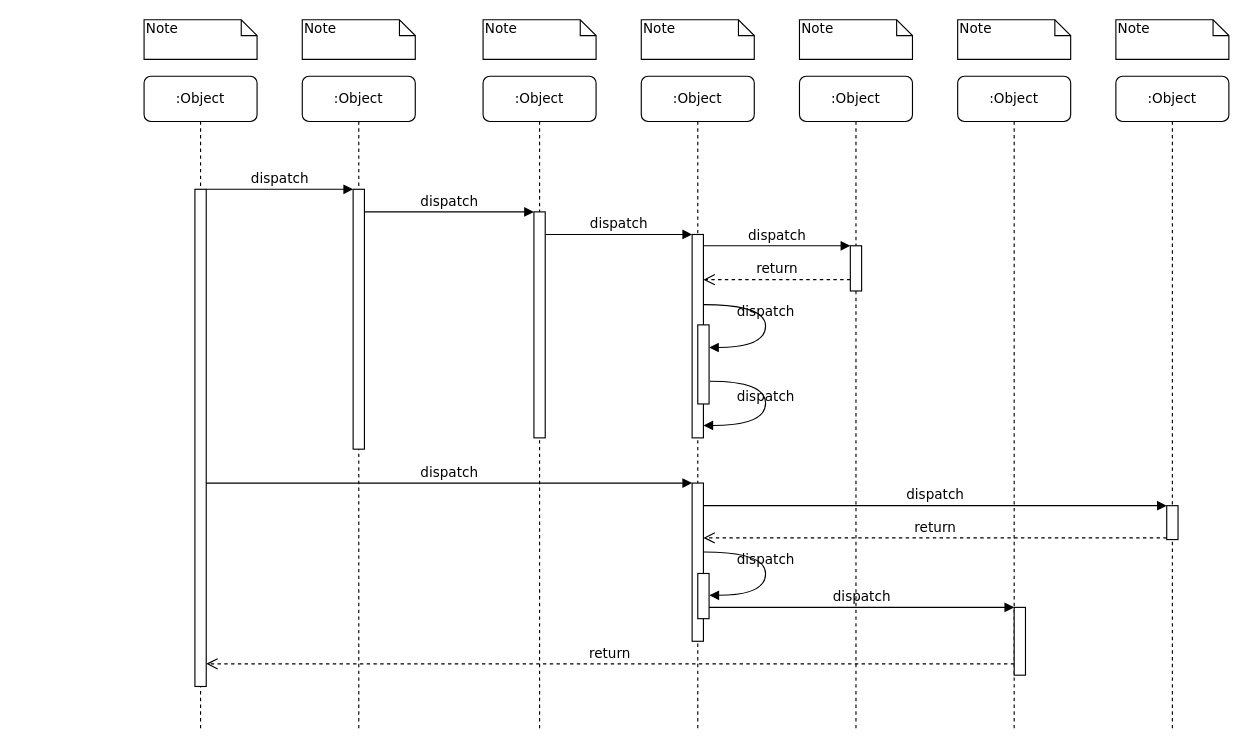
The draw.io diagram page "Page-1" (1 of 2) of Untitled Diagram.drawio in scilla0531/pub, before the edit. Source tidied: cells renumbered, new cells numbered last; positions are measured from the earlier drawing's top-left corner, leaving out a move shared by most shapes. Both pictures are drawn from the tidied source at 113%, with x=0, y=0 at pixel (144, 19).
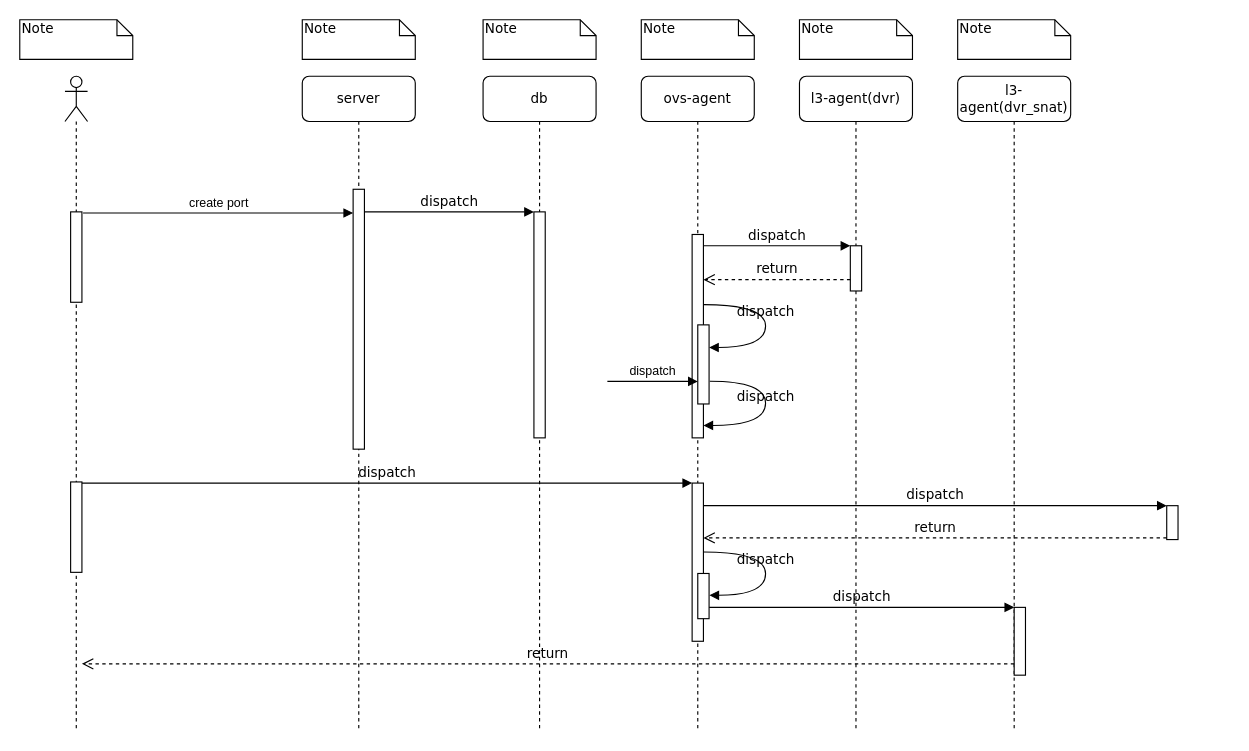
The same diagram, later.

Unchanged cells that the change refers to:
```xml
<mxCell id="3" style="html=1;points=[];perimeter=orthogonalPerimeter;rounded=0;shadow=0;comic=0;labelBackgroundColor=none;strokeWidth=1;fontFamily=Verdana;fontSize=12;align=center;" parent="2" vertex="1">
  <mxGeometry x="45" y="100" width="10" height="230" as="geometry" />
</mxCell>
<mxCell id="5" style="html=1;points=[];perimeter=orthogonalPerimeter;rounded=0;shadow=0;comic=0;labelBackgroundColor=none;strokeWidth=1;fontFamily=Verdana;fontSize=12;align=center;" parent="4" vertex="1">
  <mxGeometry x="45" y="120" width="10" height="200" as="geometry" />
</mxCell>
<mxCell id="12" style="html=1;points=[];perimeter=orthogonalPerimeter;rounded=0;shadow=0;comic=0;labelBackgroundColor=none;strokeWidth=1;fontFamily=Verdana;fontSize=12;align=center;" parent="1" vertex="1">
  <mxGeometry x="485" y="190" width="10" height="180" as="geometry" />
</mxCell>
<mxCell id="17" style="html=1;points=[];perimeter=orthogonalPerimeter;rounded=0;shadow=0;comic=0;labelBackgroundColor=none;strokeWidth=1;fontFamily=Verdana;fontSize=12;align=center;" parent="1" vertex="1">
  <mxGeometry x="485" y="410" width="10" height="140" as="geometry" />
</mxCell>
<mxCell id="22" style="html=1;points=[];perimeter=orthogonalPerimeter;rounded=0;shadow=0;comic=0;labelBackgroundColor=none;strokeWidth=1;fontFamily=Verdana;fontSize=12;align=center;" parent="1" vertex="1">
  <mxGeometry x="770" y="520" width="10" height="60" as="geometry" />
</mxCell>
```

What changed in the source:
```diff
@@
-    <mxCell id="2" value=":Object" style="shape=umlLifeline;perimeter=lifelinePerimeter;whiteSpace=wrap;html=1;rounded=1;shadow=0;comic=0;labelBackgroundColor=none;strokeWidth=1;fontFamily=Verdana;fontSize=12;align=center;" parent="1" vertex="1">
+    <mxCell id="2" value="server" style="shape=umlLifeline;perimeter=lifelinePerimeter;whiteSpace=wrap;html=1;rounded=1;shadow=0;comic=0;labelBackgroundColor=none;strokeWidth=1;fontFamily=Verdana;fontSize=12;align=center;" parent="1" vertex="1">
       <mxGeometry x="140" y="50" width="100" height="580" as="geometry" />
     </mxCell>
@@
-    <mxCell id="4" value=":Object" style="shape=umlLifeline;perimeter=lifelinePerimeter;whiteSpace=wrap;html=1;rounded=1;shadow=0;comic=0;labelBackgroundColor=none;strokeWidth=1;fontFamily=Verdana;fontSize=12;align=center;" parent="1" vertex="1">
+    <mxCell id="4" value="db" style="shape=umlLifeline;perimeter=lifelinePerimeter;whiteSpace=wrap;html=1;rounded=1;shadow=0;comic=0;labelBackgroundColor=none;strokeWidth=1;fontFamily=Verdana;fontSize=12;align=center;" parent="1" vertex="1">
       <mxGeometry x="300" y="50" width="100" height="580" as="geometry" />
     </mxCell>
@@
-    <mxCell id="6" value=":Object" style="shape=umlLifeline;perimeter=lifelinePerimeter;whiteSpace=wrap;html=1;rounded=1;shadow=0;comic=0;labelBackgroundColor=none;strokeWidth=1;fontFamily=Verdana;fontSize=12;align=center;" parent="1" vertex="1">
+    <mxCell id="6" value="ovs-agent" style="shape=umlLifeline;perimeter=lifelinePerimeter;whiteSpace=wrap;html=1;rounded=1;shadow=0;comic=0;labelBackgroundColor=none;strokeWidth=1;fontFamily=Verdana;fontSize=12;align=center;" parent="1" vertex="1">
       <mxGeometry x="440" y="50" width="100" height="580" as="geometry" />
     </mxCell>
-    <mxCell id="7" value=":Object" style="shape=umlLifeline;perimeter=lifelinePerimeter;whiteSpace=wrap;html=1;rounded=1;shadow=0;comic=0;labelBackgroundColor=none;strokeWidth=1;fontFamily=Verdana;fontSize=12;align=center;" parent="1" vertex="1">
+    <mxCell id="7" value="l3-agent(dvr)" style="shape=umlLifeline;perimeter=lifelinePerimeter;whiteSpace=wrap;html=1;rounded=1;shadow=0;comic=0;labelBackgroundColor=none;strokeWidth=1;fontFamily=Verdana;fontSize=12;align=center;" parent="1" vertex="1">
       <mxGeometry x="580" y="50" width="100" height="580" as="geometry" />
     </mxCell>
-    <mxCell id="8" value=":Object" style="shape=umlLifeline;perimeter=lifelinePerimeter;whiteSpace=wrap;html=1;rounded=1;shadow=0;comic=0;labelBackgroundColor=none;strokeWidth=1;fontFamily=Verdana;fontSize=12;align=center;" parent="1" vertex="1">
+    <mxCell id="8" value="l3-agent(dvr_snat)" style="shape=umlLifeline;perimeter=lifelinePerimeter;whiteSpace=wrap;html=1;rounded=1;shadow=0;comic=0;labelBackgroundColor=none;strokeWidth=1;fontFamily=Verdana;fontSize=12;align=center;" parent="1" vertex="1">
       <mxGeometry x="720" y="50" width="100" height="580" as="geometry" />
     </mxCell>
-    <mxCell id="9" value=":Object" style="shape=umlLifeline;perimeter=lifelinePerimeter;whiteSpace=wrap;html=1;rounded=1;shadow=0;comic=0;labelBackgroundColor=none;strokeWidth=1;fontFamily=Verdana;fontSize=12;align=center;" parent="1" vertex="1">
-      <mxGeometry x="860" y="50" width="100" height="580" as="geometry" />
-    </mxCell>
-    <mxCell id="10" value=":Object" style="shape=umlLifeline;perimeter=lifelinePerimeter;whiteSpace=wrap;html=1;rounded=1;shadow=0;comic=0;labelBackgroundColor=none;strokeWidth=1;fontFamily=Verdana;fontSize=12;align=center;" parent="1" vertex="1">
-      <mxGeometry y="50" width="100" height="580" as="geometry" />
-    </mxCell>
-    <mxCell id="11" style="html=1;points=[];perimeter=orthogonalPerimeter;rounded=0;shadow=0;comic=0;labelBackgroundColor=none;strokeWidth=1;fontFamily=Verdana;fontSize=12;align=center;" parent="10" vertex="1">
-      <mxGeometry x="45" y="100" width="10" height="440" as="geometry" />
-    </mxCell>
@@
-    <mxCell id="13" value="dispatch" style="html=1;verticalAlign=bottom;endArrow=block;labelBackgroundColor=none;fontFamily=Verdana;fontSize=12;edgeStyle=elbowEdgeStyle;elbow=vertical;" parent="1" edge="1" source="5" target="12">
-      <mxGeometry relative="1" as="geometry">
-        <Array as="points">
-          <mxPoint x="360" y="190" />
-        </Array>
-      </mxGeometry>
-    </mxCell>
@@
-    <mxCell id="18" value="dispatch" style="html=1;verticalAlign=bottom;endArrow=block;entryX=0;entryY=0;labelBackgroundColor=none;fontFamily=Verdana;fontSize=12;" parent="1" edge="1" source="11" target="17">
-      <mxGeometry relative="1" as="geometry" />
+    <mxCell id="18" value="dispatch" style="html=1;verticalAlign=bottom;endArrow=block;entryX=0;entryY=0;labelBackgroundColor=none;fontFamily=Verdana;fontSize=12;" parent="1" edge="1" target="17">
+      <mxGeometry relative="1" as="geometry">
+        <mxPoint x="-55" y="410" as="sourcePoint" />
+      </mxGeometry>
     </mxCell>
@@
-    <mxCell id="24" value="return" style="html=1;verticalAlign=bottom;endArrow=open;dashed=1;endSize=8;labelBackgroundColor=none;fontFamily=Verdana;fontSize=12;edgeStyle=elbowEdgeStyle;elbow=vertical;" parent="1" edge="1" source="22" target="11">
+    <mxCell id="24" value="return" style="html=1;verticalAlign=bottom;endArrow=open;dashed=1;endSize=8;labelBackgroundColor=none;fontFamily=Verdana;fontSize=12;edgeStyle=elbowEdgeStyle;elbow=vertical;" parent="1" edge="1" source="22">
       <mxGeometry relative="1" as="geometry">
+        <mxPoint x="-55" y="570" as="targetPoint" />
         <Array as="points">
           <mxPoint x="470" y="570" />
         </Array>
       </mxGeometry>
     </mxCell>
-    <mxCell id="25" value="dispatch" style="html=1;verticalAlign=bottom;endArrow=block;entryX=0;entryY=0;labelBackgroundColor=none;fontFamily=Verdana;fontSize=12;edgeStyle=elbowEdgeStyle;elbow=vertical;" parent="1" edge="1" source="11" target="3">
-      <mxGeometry relative="1" as="geometry" />
-    </mxCell>
@@
     <mxCell id="32" value="Note" style="shape=note;whiteSpace=wrap;html=1;size=14;verticalAlign=top;align=left;spacingTop=-6;rounded=0;shadow=0;comic=0;labelBackgroundColor=none;strokeWidth=1;fontFamily=Verdana;fontSize=12;" parent="1" vertex="1">
-      <mxGeometry width="100" height="35" as="geometry" />
+      <mxGeometry x="-110" width="100" height="35" as="geometry" />
     </mxCell>
@@
-    <mxCell id="38" value="Note" style="shape=note;whiteSpace=wrap;html=1;size=14;verticalAlign=top;align=left;spacingTop=-6;rounded=0;shadow=0;comic=0;labelBackgroundColor=none;strokeWidth=1;fontFamily=Verdana;fontSize=12;" parent="1" vertex="1">
-      <mxGeometry x="860" width="100" height="35" as="geometry" />
-    </mxCell>
+    <mxCell id="39" style="shape=umlLifeline;participant=umlActor;perimeter=lifelinePerimeter;whiteSpace=wrap;html=1;verticalAlign=top;spacingTop=36;" parent="1" vertex="1">
+      <mxGeometry x="-70" y="50" width="20" height="580" as="geometry" />
+    </mxCell>
+    <mxCell id="40" style="html=1;perimeter=orthogonalPerimeter;" parent="39" vertex="1">
+      <mxGeometry x="5" y="120" width="10" height="80" as="geometry" />
+    </mxCell>
+    <mxCell id="41" style="html=1;perimeter=orthogonalPerimeter;" parent="39" vertex="1">
+      <mxGeometry x="5" y="359" width="10" height="80" as="geometry" />
+    </mxCell>
+    <mxCell id="42" value="create port" style="html=1;verticalAlign=bottom;endArrow=block;rounded=0;" parent="39" edge="1" target="3">
+      <mxGeometry relative="1" as="geometry">
+        <mxPoint x="16" y="121" as="sourcePoint" />
+      </mxGeometry>
+    </mxCell>
+    <mxCell id="43" value="dispatch" style="html=1;verticalAlign=bottom;endArrow=block;rounded=0;" parent="1" edge="1">
+      <mxGeometry relative="1" as="geometry">
+        <mxPoint x="410" y="320" as="sourcePoint" />
+        <mxPoint x="490" y="320" as="targetPoint" />
+      </mxGeometry>
+    </mxCell>
```
